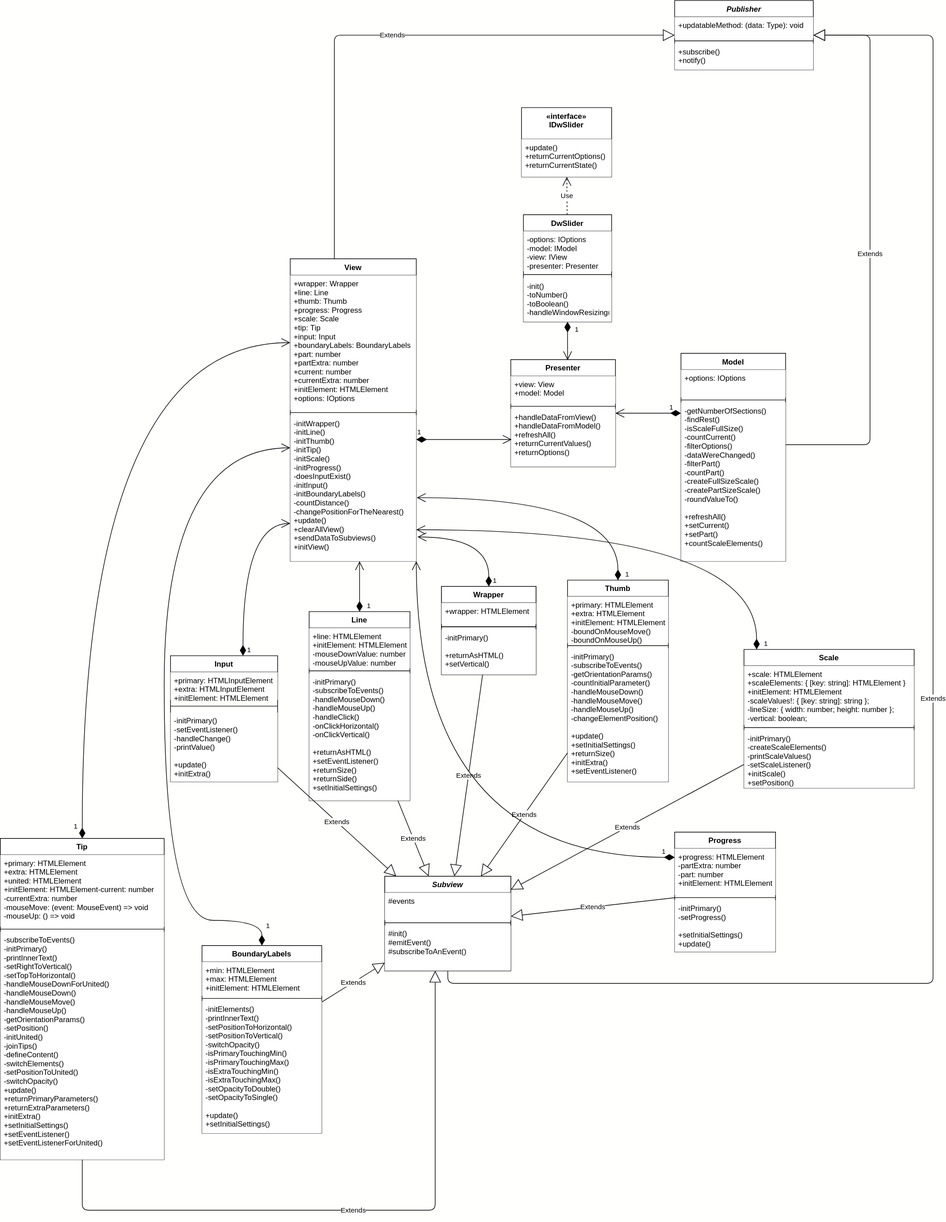
Above: DwSlider.svg in Daswetter/4th (draw.io), before the change. Source tidied: cells renumbered, new cells last; positions are measured from the earlier drawing's top-left corner, leaving out a move shared by most shapes.
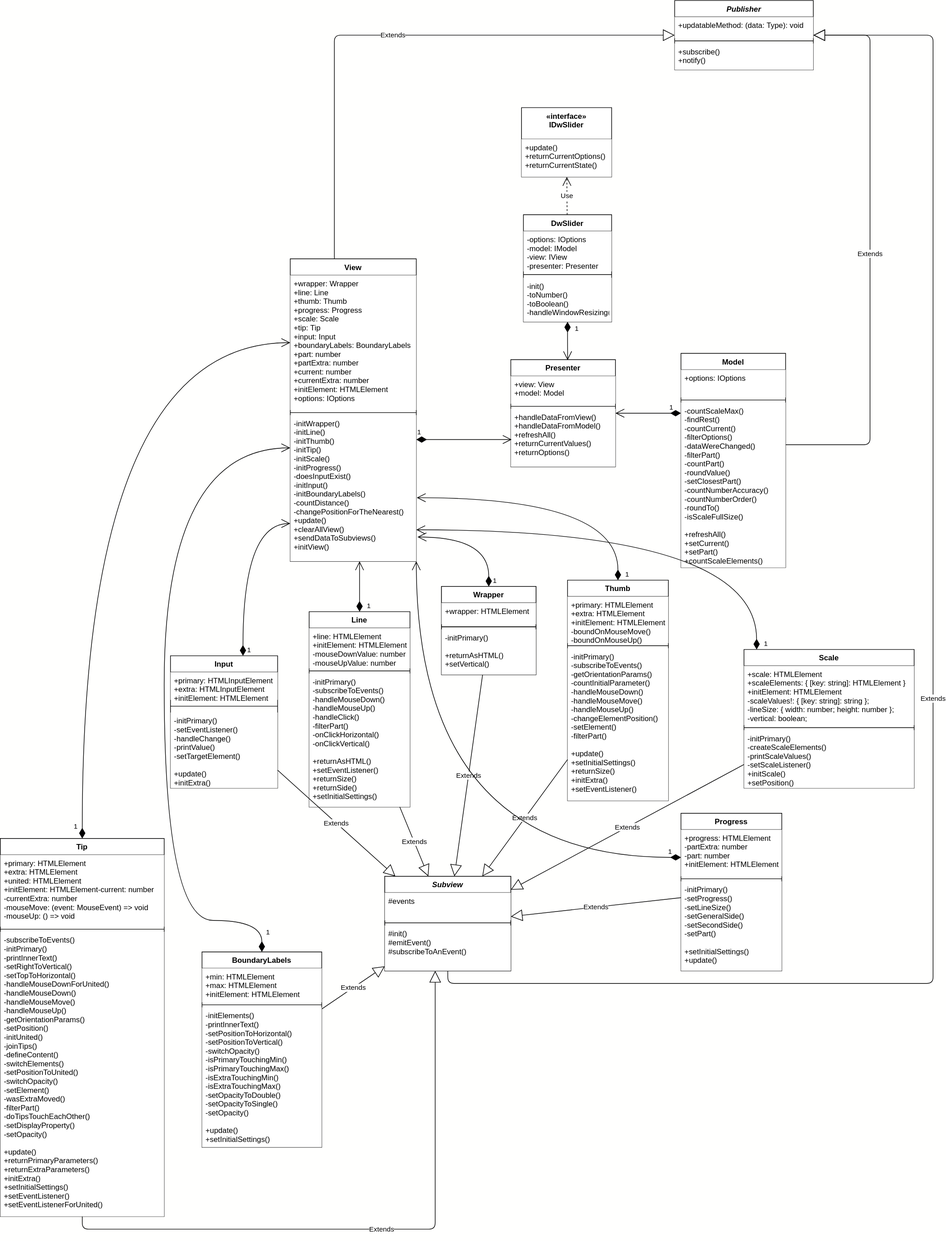
The same file after the commit.

What changed in the source:
```diff
@@ -36,7 +36,7 @@
       <mxGeometry relative="1" as="geometry" />
     </mxCell>
     <mxCell id="13" value="BoundaryLabels" style="swimlane;fontStyle=1;align=center;verticalAlign=top;horizontal=1;startSize=26;" parent="1" vertex="1">
-      <mxGeometry x="320" y="1500" width="190" height="298" as="geometry" />
+      <mxGeometry x="320" y="1510" width="190" height="310" as="geometry" />
     </mxCell>
     <mxCell id="14" value="+min: HTMLElement&#10;+max: HTMLElement&#10;+initElement: HTMLElement" style="text;strokeColor=none;align=left;verticalAlign=top;spacingLeft=4;spacingRight=4;overflow=hidden;fillColor=#ffffff;" parent="13" vertex="1">
       <mxGeometry y="26" width="190" height="54" as="geometry" />
@@ -44,8 +44,8 @@
     <mxCell id="15" style="line;strokeWidth=1;fillColor=none;align=left;verticalAlign=middle;spacingTop=-1;spacingLeft=3;spacingRight=3;labelPosition=right;" parent="13" vertex="1">
       <mxGeometry y="80" width="190" height="8" as="geometry" />
     </mxCell>
-    <mxCell id="16" value="-initElements()&#10;-printInnerText()&#10;-setPositionToHorizontal()&#10;-setPositionToVertical()&#10;-switchOpacity()&#10;-isPrimaryTouchingMin()&#10;-isPrimaryTouchingMax()&#10;-isExtraTouchingMin()&#10;-isExtraTouchingMax()&#10;-setOpacityToDouble()&#10;-setOpacityToSingle()&#10;&#10;+update()&#10;+setInitialSettings()" style="text;strokeColor=none;align=left;verticalAlign=top;spacingLeft=4;spacingRight=4;overflow=hidden;fillColor=#ffffff;" parent="13" vertex="1">
-      <mxGeometry y="88" width="190" height="210" as="geometry" />
+    <mxCell id="16" value="-initElements()&#10;-printInnerText()&#10;-setPositionToHorizontal()&#10;-setPositionToVertical()&#10;-switchOpacity()&#10;-isPrimaryTouchingMin()&#10;-isPrimaryTouchingMax()&#10;-isExtraTouchingMin()&#10;-isExtraTouchingMax()&#10;-setOpacityToDouble()&#10;-setOpacityToSingle()&#10;-setOpacity()&#10;&#10;+update()&#10;+setInitialSettings()" style="text;strokeColor=none;align=left;verticalAlign=top;spacingLeft=4;spacingRight=4;overflow=hidden;fillColor=#ffffff;" parent="13" vertex="1">
+      <mxGeometry y="88" width="190" height="222" as="geometry" />
     </mxCell>
     <mxCell id="17" value="Publisher" style="swimlane;fontStyle=3;align=center;verticalAlign=top;horizontal=1;startSize=26;" parent="1" vertex="1">
       <mxGeometry x="1070" width="220" height="110" as="geometry" />
@@ -84,7 +84,7 @@
       </mxGeometry>
     </mxCell>
     <mxCell id="24" value="Model" style="swimlane;fontStyle=1;align=center;verticalAlign=top;horizontal=1;startSize=26;" parent="1" vertex="1">
-      <mxGeometry x="1080" y="560" width="166" height="330" as="geometry" />
+      <mxGeometry x="1080" y="560" width="166" height="340" as="geometry" />
     </mxCell>
     <mxCell id="25" value="+options: IOptions" style="text;strokeColor=none;align=left;verticalAlign=top;spacingLeft=4;spacingRight=4;overflow=hidden;fillColor=#ffffff;" parent="24" vertex="1">
       <mxGeometry y="26" width="166" height="44" as="geometry" />
@@ -92,8 +92,8 @@
     <mxCell id="26" style="line;strokeWidth=1;fillColor=none;align=left;verticalAlign=middle;spacingTop=-1;spacingLeft=3;spacingRight=3;labelPosition=right;" parent="24" vertex="1">
       <mxGeometry y="70" width="166" height="8" as="geometry" />
     </mxCell>
-    <mxCell id="27" value="-getNumberOfSections()&#10;-findRest()&#10;-isScaleFullSize()&#10;-countCurrent()&#10;-filterOptions()&#10;-dataWereChanged()&#10;-filterPart()&#10;-countPart()&#10;-createFullSizeScale()&#10;-createPartSizeScale()&#10;-roundValueTo()&#10;&#10;+refreshAll()&#10;+setCurrent()&#10;+setPart()&#10;+countScaleElements()" style="text;strokeColor=none;align=left;verticalAlign=top;spacingLeft=4;spacingRight=4;overflow=hidden;fillColor=#ffffff;" parent="24" vertex="1">
-      <mxGeometry y="78" width="166" height="252" as="geometry" />
+    <mxCell id="27" value="-countScaleMax()&#10;-findRest()&#10;-countCurrent()&#10;-filterOptions()&#10;-dataWereChanged()&#10;-filterPart()&#10;-countPart()&#10;-roundValue()&#10;-setClosestPart()&#10;-countNumberAccuracy()&#10;-countNumberOrder()&#10;-roundTo()&#10;-isScaleFullSize()&#10;&#10;+refreshAll()&#10;+setCurrent()&#10;+setPart()&#10;+countScaleElements()" style="text;strokeColor=none;align=left;verticalAlign=top;spacingLeft=4;spacingRight=4;overflow=hidden;fillColor=#ffffff;" parent="24" vertex="1">
+      <mxGeometry y="78" width="166" height="262" as="geometry" />
     </mxCell>
     <mxCell id="28" value="Untitled Layer" parent="0" />
     <mxCell id="29" value="DwSlider&#10;" style="swimlane;fontStyle=1;align=center;verticalAlign=top;horizontal=1;startSize=26;" parent="28" vertex="1">
@@ -180,7 +180,7 @@
       <mxGeometry y="68" width="150" height="72" as="geometry" />
     </mxCell>
     <mxCell id="54" value="Line" style="swimlane;fontStyle=1;align=center;verticalAlign=top;horizontal=1;startSize=26;" parent="28" vertex="1">
-      <mxGeometry x="490" y="970" width="160" height="300" as="geometry" />
+      <mxGeometry x="490" y="970" width="160" height="310" as="geometry" />
     </mxCell>
     <mxCell id="55" value="+line: HTMLElement&#10;+initElement: HTMLElement&#10;-mouseDownValue: number &#10;-mouseUpValue: number " style="text;strokeColor=none;align=left;verticalAlign=top;spacingLeft=4;spacingRight=4;overflow=hidden;fillColor=#ffffff;" parent="54" vertex="1">
       <mxGeometry y="26" width="160" height="64" as="geometry" />
@@ -188,14 +188,14 @@
     <mxCell id="56" style="line;strokeWidth=1;fillColor=none;align=left;verticalAlign=middle;spacingTop=-1;spacingLeft=3;spacingRight=3;labelPosition=right;" parent="54" vertex="1">
       <mxGeometry y="90" width="160" height="8" as="geometry" />
     </mxCell>
-    <mxCell id="57" value="-initPrimary()&#10;-subscribeToEvents()&#10;-handleMouseDown()&#10;-handleMouseUp()&#10;-handleClick()&#10;-onClickHorizontal()&#10;-onClickVertical()&#10;&#10;+returnAsHTML()&#10;+setEventListener()&#10;+returnSize()&#10;+returnSide()&#10;+setInitialSettings()" style="text;strokeColor=none;align=left;verticalAlign=top;spacingLeft=4;spacingRight=4;overflow=hidden;fillColor=#ffffff;" parent="54" vertex="1">
-      <mxGeometry y="98" width="160" height="202" as="geometry" />
+    <mxCell id="57" value="-initPrimary()&#10;-subscribeToEvents()&#10;-handleMouseDown()&#10;-handleMouseUp()&#10;-handleClick()&#10;-filterPart()&#10;-onClickHorizontal()&#10;-onClickVertical()&#10;&#10;+returnAsHTML()&#10;+setEventListener()&#10;+returnSize()&#10;+returnSide()&#10;+setInitialSettings()" style="text;strokeColor=none;align=left;verticalAlign=top;spacingLeft=4;spacingRight=4;overflow=hidden;fillColor=#ffffff;" parent="54" vertex="1">
+      <mxGeometry y="98" width="160" height="212" as="geometry" />
     </mxCell>
     <mxCell id="58" value="Extends" style="endArrow=block;endSize=16;endFill=0;html=1;" parent="28" edge="1" source="54" target="46">
       <mxGeometry relative="1" as="geometry" />
     </mxCell>
     <mxCell id="59" value="Thumb" style="swimlane;fontStyle=1;align=center;verticalAlign=top;horizontal=1;startSize=26;" parent="28" vertex="1">
-      <mxGeometry x="900" y="920" width="160" height="320" as="geometry" />
+      <mxGeometry x="900" y="920" width="160" height="350" as="geometry" />
     </mxCell>
     <mxCell id="60" value="+primary: HTMLElement&#10;+extra: HTMLElement&#10;+initElement: HTMLElement&#10;-boundOnMouseMove()&#10;-boundOnMouseUp()" style="text;strokeColor=none;align=left;verticalAlign=top;spacingLeft=4;spacingRight=4;overflow=hidden;fillColor=#ffffff;" parent="59" vertex="1">
       <mxGeometry y="26" width="160" height="74" as="geometry" />
@@ -203,14 +203,14 @@
     <mxCell id="61" style="line;strokeWidth=1;fillColor=none;align=left;verticalAlign=middle;spacingTop=-1;spacingLeft=3;spacingRight=3;labelPosition=right;" parent="59" vertex="1">
       <mxGeometry y="100" width="160" height="8" as="geometry" />
     </mxCell>
-    <mxCell id="62" value="-initPrimary()&#10;-subscribeToEvents()&#10;-getOrientationParams()&#10;-countInitialParameter()&#10;-handleMouseDown()&#10;-handleMouseMove()&#10;-handleMouseUp()&#10;-changeElementPosition()&#10;&#10;+update()&#10;+setInitialSettings()&#10;+returnSize()&#10;+initExtra()&#10;+setEventListener()" style="text;strokeColor=none;align=left;verticalAlign=top;spacingLeft=4;spacingRight=4;overflow=hidden;fillColor=#ffffff;fontStyle=0;" parent="59" vertex="1">
-      <mxGeometry y="108" width="160" height="212" as="geometry" />
+    <mxCell id="62" value="-initPrimary()&#10;-subscribeToEvents()&#10;-getOrientationParams()&#10;-countInitialParameter()&#10;-handleMouseDown()&#10;-handleMouseMove()&#10;-handleMouseUp()&#10;-changeElementPosition()&#10;-setElement()&#10;-filterPart()&#10;&#10;+update()&#10;+setInitialSettings()&#10;+returnSize()&#10;+initExtra()&#10;+setEventListener()" style="text;strokeColor=none;align=left;verticalAlign=top;spacingLeft=4;spacingRight=4;overflow=hidden;fillColor=#ffffff;fontStyle=0;" parent="59" vertex="1">
+      <mxGeometry y="108" width="160" height="242" as="geometry" />
     </mxCell>
     <mxCell id="63" value="Extends" style="endArrow=block;endSize=16;endFill=0;html=1;" parent="28" edge="1" source="59" target="46">
       <mxGeometry relative="1" as="geometry" />
     </mxCell>
     <mxCell id="64" value="Progress" style="swimlane;fontStyle=1;align=center;verticalAlign=top;horizontal=1;startSize=26;" parent="28" vertex="1">
-      <mxGeometry x="1070" y="1320" width="160" height="190" as="geometry" />
+      <mxGeometry x="1080" y="1290" width="160" height="250" as="geometry" />
     </mxCell>
     <mxCell id="65" value="+progress: HTMLElement &#10;-partExtra: number&#10;-part: number&#10;+initElement: HTMLElement" style="text;strokeColor=none;align=left;verticalAlign=top;spacingLeft=4;spacingRight=4;overflow=hidden;fillColor=#ffffff;" parent="64" vertex="1">
       <mxGeometry y="26" width="160" height="74" as="geometry" />
@@ -218,8 +218,8 @@
     <mxCell id="66" style="line;strokeWidth=1;fillColor=none;align=left;verticalAlign=middle;spacingTop=-1;spacingLeft=3;spacingRight=3;labelPosition=right;" parent="64" vertex="1">
       <mxGeometry y="100" width="160" height="8" as="geometry" />
     </mxCell>
-    <mxCell id="67" value="-initPrimary()&#10;-setProgress()&#10;&#10;+setInitialSettings()&#10;+update()" style="text;strokeColor=none;align=left;verticalAlign=top;spacingLeft=4;spacingRight=4;overflow=hidden;fillColor=#ffffff;" parent="64" vertex="1">
-      <mxGeometry y="108" width="160" height="82" as="geometry" />
+    <mxCell id="67" value="-initPrimary()&#10;-setProgress()&#10;-setLineSize()&#10;-setGeneralSide()&#10;-setSecondSide()&#10;-setPart()&#10;&#10;+setInitialSettings()&#10;+update()" style="text;strokeColor=none;align=left;verticalAlign=top;spacingLeft=4;spacingRight=4;overflow=hidden;fillColor=#ffffff;" parent="64" vertex="1">
+      <mxGeometry y="108" width="160" height="142" as="geometry" />
     </mxCell>
     <mxCell id="68" value="Extends" style="endArrow=block;endSize=16;endFill=0;html=1;" parent="28" edge="1" source="64" target="46">
       <mxGeometry relative="1" as="geometry" />
@@ -237,7 +237,7 @@
       <mxGeometry y="128" width="270" height="92" as="geometry" />
     </mxCell>
     <mxCell id="73" value="Tip" style="swimlane;fontStyle=1;align=center;verticalAlign=top;horizontal=1;startSize=26;" parent="28" vertex="1">
-      <mxGeometry y="1330" width="260" height="510" as="geometry" />
+      <mxGeometry y="1330" width="260" height="600" as="geometry" />
     </mxCell>
     <mxCell id="74" value="+primary: HTMLElement&#10;+extra: HTMLElement&#10;+united: HTMLElement&#10;+initElement: HTMLElement-current: number&#10;-currentExtra: number&#10;-mouseMove: (event: MouseEvent) =&gt; void&#10;-mouseUp: () =&gt; void" style="text;strokeColor=none;align=left;verticalAlign=top;spacingLeft=4;spacingRight=4;overflow=hidden;fillColor=#ffffff;" parent="73" vertex="1">
       <mxGeometry y="26" width="260" height="114" as="geometry" />
@@ -245,11 +245,11 @@
     <mxCell id="75" style="line;strokeWidth=1;fillColor=none;align=left;verticalAlign=middle;spacingTop=-1;spacingLeft=3;spacingRight=3;labelPosition=right;" parent="73" vertex="1">
       <mxGeometry y="140" width="260" height="8" as="geometry" />
     </mxCell>
-    <mxCell id="76" value="-subscribeToEvents()&#10;-initPrimary()&#10;-printInnerText()&#10;-setRightToVertical()&#10;-setTopToHorizontal()&#10;-handleMouseDownForUnited()&#10;-handleMouseDown()&#10;-handleMouseMove()&#10;-handleMouseUp()&#10;-getOrientationParams()&#10;-setPosition()&#10;-initUnited()&#10;-joinTips()&#10;-defineContent()&#10;-switchElements()&#10;-setPositionToUnited()&#10;-switchOpacity()&#10;+update()&#10;+returnPrimaryParameters()&#10;+returnExtraParameters()&#10;+initExtra()&#10;+setInitialSettings()&#10;+setEventListener()&#10;+setEventListenerForUnited()" style="text;strokeColor=none;align=left;verticalAlign=top;spacingLeft=4;spacingRight=4;overflow=hidden;fillColor=#ffffff;" parent="73" vertex="1">
-      <mxGeometry y="148" width="260" height="362" as="geometry" />
+    <mxCell id="76" value="-subscribeToEvents()&#10;-initPrimary()&#10;-printInnerText()&#10;-setRightToVertical()&#10;-setTopToHorizontal()&#10;-handleMouseDownForUnited()&#10;-handleMouseDown()&#10;-handleMouseMove()&#10;-handleMouseUp()&#10;-getOrientationParams()&#10;-setPosition()&#10;-initUnited()&#10;-joinTips()&#10;-defineContent()&#10;-switchElements()&#10;-setPositionToUnited()&#10;-switchOpacity()&#10;-setElement()&#10;-wasExtraMoved()&#10;-filterPart()&#10;-doTipsTouchEachOther()&#10;-setDisplayProperty()&#10;-setOpacity()&#10;&#10;+update()&#10;+returnPrimaryParameters()&#10;+returnExtraParameters()&#10;+initExtra()&#10;+setInitialSettings()&#10;+setEventListener()&#10;+setEventListenerForUnited()" style="text;strokeColor=none;align=left;verticalAlign=top;spacingLeft=4;spacingRight=4;overflow=hidden;fillColor=#ffffff;" parent="73" vertex="1">
+      <mxGeometry y="148" width="260" height="452" as="geometry" />
     </mxCell>
     <mxCell id="77" value="Input" style="swimlane;fontStyle=1;align=center;verticalAlign=top;horizontal=1;startSize=26;" parent="28" vertex="1">
-      <mxGeometry x="270" y="1040" width="170" height="200" as="geometry" />
+      <mxGeometry x="270" y="1040" width="170" height="210" as="geometry" />
     </mxCell>
     <mxCell id="78" value="+primary: HTMLInputElement&#10;+extra: HTMLInputElement&#10;+initElement: HTMLElement" style="text;strokeColor=none;align=left;verticalAlign=top;spacingLeft=4;spacingRight=4;overflow=hidden;fillColor=#ffffff;" parent="77" vertex="1">
       <mxGeometry y="26" width="170" height="44" as="geometry" />
@@ -257,14 +257,14 @@
     <mxCell id="79" style="line;strokeWidth=1;fillColor=none;align=left;verticalAlign=middle;spacingTop=-1;spacingLeft=3;spacingRight=3;labelPosition=right;" parent="77" vertex="1">
       <mxGeometry y="70" width="170" height="20" as="geometry" />
     </mxCell>
-    <mxCell id="80" value="-initPrimary()&#10;-setEventListener()&#10;-handleChange()&#10;-printValue()&#10;&#10;+update()&#10;+initExtra()" style="text;strokeColor=none;align=left;verticalAlign=top;spacingLeft=4;spacingRight=4;overflow=hidden;fillColor=#ffffff;" parent="77" vertex="1">
-      <mxGeometry y="90" width="170" height="110" as="geometry" />
+    <mxCell id="80" value="-initPrimary()&#10;-setEventListener()&#10;-handleChange()&#10;-printValue()&#10;-setTargetElement()&#10;&#10;+update()&#10;+initExtra()" style="text;strokeColor=none;align=left;verticalAlign=top;spacingLeft=4;spacingRight=4;overflow=hidden;fillColor=#ffffff;" parent="77" vertex="1">
+      <mxGeometry y="90" width="170" height="120" as="geometry" />
     </mxCell>
     <mxCell id="81" value="Extends" style="endArrow=block;endSize=16;endFill=0;html=1;edgeStyle=orthogonalEdgeStyle;" parent="28" edge="1" source="73" target="46">
       <mxGeometry relative="1" as="geometry">
         <Array as="points">
-          <mxPoint x="130" y="1920" />
-          <mxPoint x="690" y="1920" />
+          <mxPoint x="130" y="1950" />
+          <mxPoint x="690" y="1950" />
         </Array>
       </mxGeometry>
     </mxCell>
```
